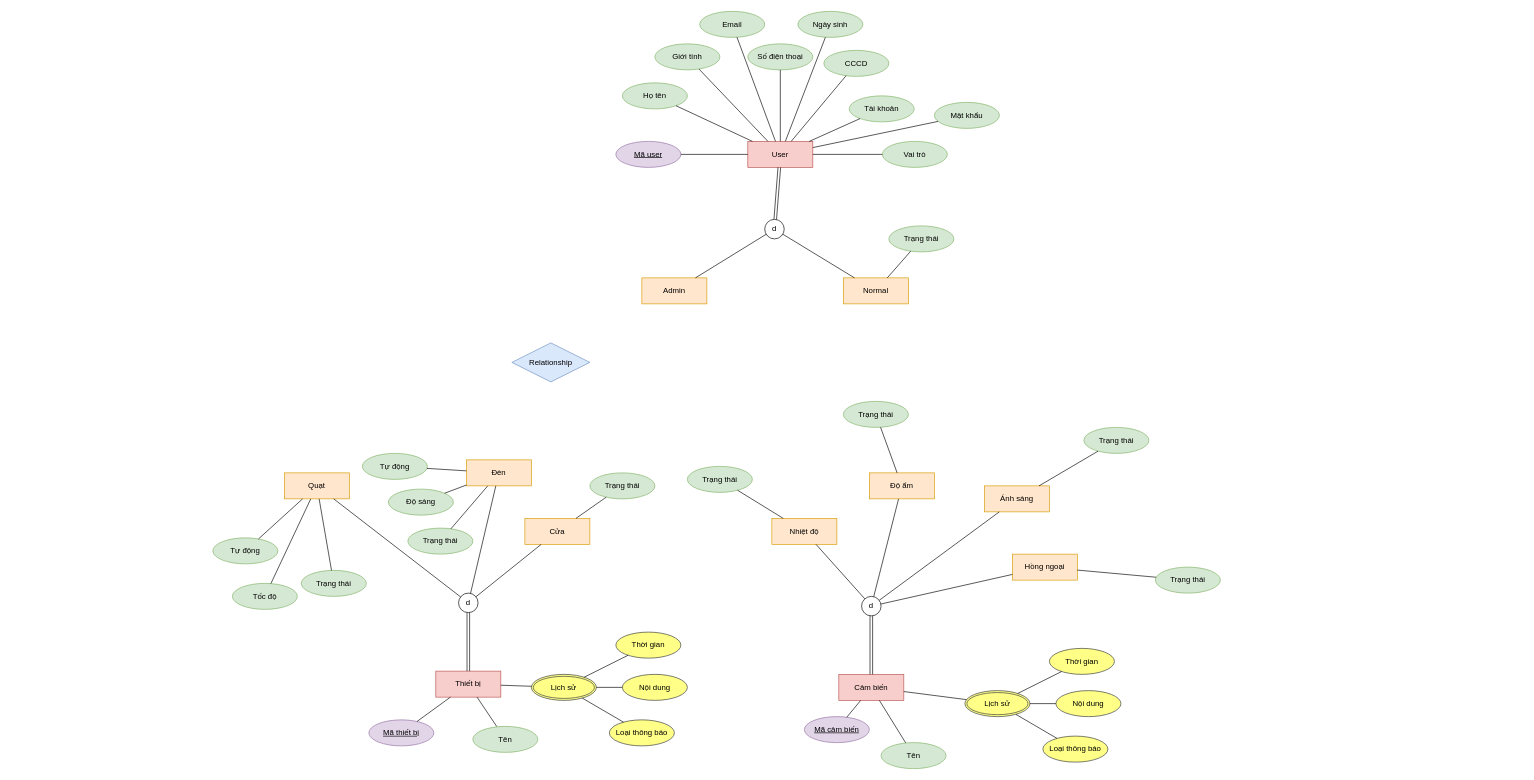
astr0tas/Smart-Home-CNPM keeps this draw.io diagram as page "Main" (1 of 2) of Week 3/ERD.drawio. Above is the earlier version. Source tidied: cells renumbered, new cells numbered last; positions are measured from the earlier drawing's top-left corner, leaving out a move shared by most shapes. Both pictures are drawn from the tidied source at 65%, with x=0, y=0 at pixel (213, 11).
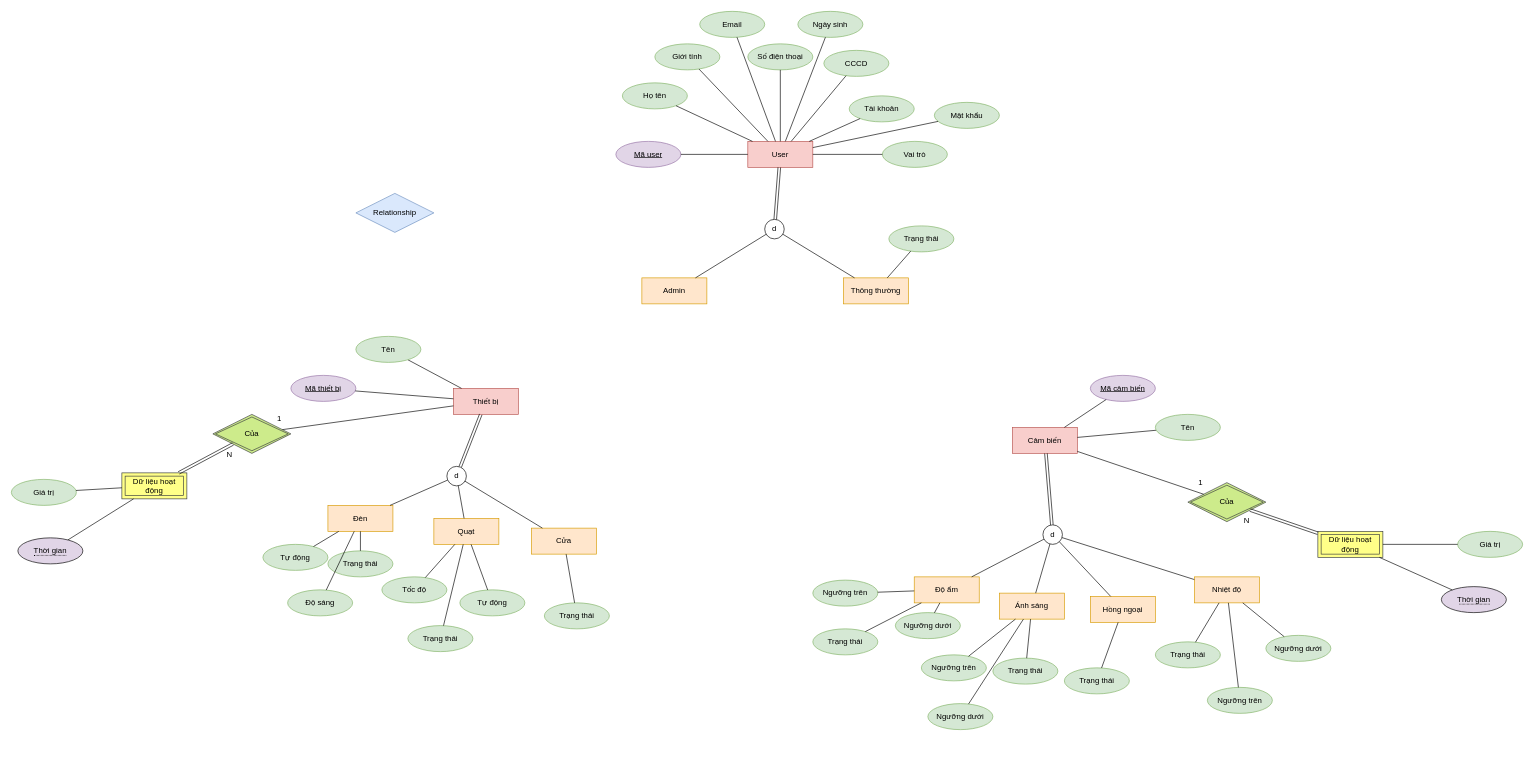
The same diagram, later.

Diff of the diagram source:
```diff
@@
-    <mxCell id="4" value="Normal" style="whiteSpace=wrap;html=1;align=center;fillColor=#ffe6cc;strokeColor=#d79b00;" parent="1" vertex="1">
+    <mxCell id="4" value="Thông thường" style="whiteSpace=wrap;html=1;align=center;fillColor=#ffe6cc;strokeColor=#d79b00;" parent="1" vertex="1">
       <mxGeometry x="970" y="410" width="100" height="40" as="geometry" />
     </mxCell>
@@
     <mxCell id="9" value="Thiết bị" style="whiteSpace=wrap;html=1;align=center;fillColor=#f8cecc;strokeColor=#b85450;" parent="1" vertex="1">
-      <mxGeometry x="343" y="1015" width="100" height="40" as="geometry" />
+      <mxGeometry x="370" y="580" width="100" height="40" as="geometry" />
     </mxCell>
     <mxCell id="10" value="Quạt" style="whiteSpace=wrap;html=1;align=center;fillColor=#ffe6cc;strokeColor=#d79b00;" parent="1" vertex="1">
-      <mxGeometry x="110" y="710" width="100" height="40" as="geometry" />
+      <mxGeometry x="340" y="780" width="100" height="40" as="geometry" />
     </mxCell>
     <mxCell id="11" value="Đèn" style="whiteSpace=wrap;html=1;align=center;fillColor=#ffe6cc;strokeColor=#d79b00;" parent="1" vertex="1">
-      <mxGeometry x="390" y="690" width="100" height="40" as="geometry" />
+      <mxGeometry x="177" y="760" width="100" height="40" as="geometry" />
     </mxCell>
     <mxCell id="12" value="d" style="ellipse;whiteSpace=wrap;html=1;" parent="1" vertex="1">
-      <mxGeometry x="378" y="895" width="30" height="30" as="geometry" />
+      <mxGeometry x="360" y="700" width="30" height="30" as="geometry" />
     </mxCell>
@@
     <mxCell id="16" value="Cảm biến" style="whiteSpace=wrap;html=1;align=center;fillColor=#f8cecc;strokeColor=#b85450;" parent="1" vertex="1">
-      <mxGeometry x="963" y="1020" width="100" height="40" as="geometry" />
+      <mxGeometry x="1230" y="640" width="100" height="40" as="geometry" />
     </mxCell>
     <mxCell id="17" value="Nhiệt độ" style="whiteSpace=wrap;html=1;align=center;fillColor=#ffe6cc;strokeColor=#d79b00;" parent="1" vertex="1">
-      <mxGeometry x="860" y="780" width="100" height="40" as="geometry" />
+      <mxGeometry x="1510" y="870" width="100" height="40" as="geometry" />
     </mxCell>
     <mxCell id="18" value="Hồng ngoại" style="whiteSpace=wrap;html=1;align=center;fillColor=#ffe6cc;strokeColor=#d79b00;" parent="1" vertex="1">
-      <mxGeometry x="1230" y="835" width="100" height="40" as="geometry" />
+      <mxGeometry x="1350" y="900" width="100" height="40" as="geometry" />
     </mxCell>
     <mxCell id="19" value="d" style="ellipse;whiteSpace=wrap;html=1;" parent="1" vertex="1">
-      <mxGeometry x="998" y="900" width="30" height="30" as="geometry" />
+      <mxGeometry x="1277" y="790" width="30" height="30" as="geometry" />
     </mxCell>
@@
     <mxCell id="23" value="Cửa" style="whiteSpace=wrap;html=1;align=center;fillColor=#ffe6cc;strokeColor=#d79b00;" parent="1" vertex="1">
-      <mxGeometry x="480" y="780" width="100" height="40" as="geometry" />
+      <mxGeometry x="490" y="795" width="100" height="40" as="geometry" />
     </mxCell>
@@
     <mxCell id="25" value="Độ ẩm" style="whiteSpace=wrap;html=1;align=center;fillColor=#ffe6cc;strokeColor=#d79b00;" parent="1" vertex="1">
-      <mxGeometry x="1010" y="710" width="100" height="40" as="geometry" />
+      <mxGeometry x="1079" y="870" width="100" height="40" as="geometry" />
     </mxCell>
     <mxCell id="26" value="Ánh sáng" style="whiteSpace=wrap;html=1;align=center;fillColor=#ffe6cc;strokeColor=#d79b00;" parent="1" vertex="1">
-      <mxGeometry x="1187" y="730" width="100" height="40" as="geometry" />
+      <mxGeometry x="1210" y="895" width="100" height="40" as="geometry" />
     </mxCell>
@@
     <mxCell id="29" value="Relationship" style="shape=rhombus;perimeter=rhombusPerimeter;whiteSpace=wrap;html=1;align=center;fillColor=#dae8fc;strokeColor=#6c8ebf;" parent="1" vertex="1">
-      <mxGeometry x="460" y="510" width="120" height="60" as="geometry" />
+      <mxGeometry x="220" y="280" width="120" height="60" as="geometry" />
     </mxCell>
@@
-    <mxCell id="32" value="Lịch sử" style="ellipse;shape=doubleEllipse;margin=3;whiteSpace=wrap;html=1;align=center;fillColor=#FFFF88;strokeColor=#36393d;" parent="1" vertex="1">
-      <mxGeometry x="490" y="1020" width="100" height="40" as="geometry" />
-    </mxCell>
@@
     <mxCell id="53" value="Mã thiết bị" style="ellipse;whiteSpace=wrap;html=1;align=center;fontStyle=4;fillColor=#e1d5e7;strokeColor=#9673a6;" parent="1" vertex="1">
-      <mxGeometry x="240" y="1090" width="100" height="40" as="geometry" />
+      <mxGeometry x="120" y="560" width="100" height="40" as="geometry" />
     </mxCell>
-    <mxCell id="54" value="Mã cảm biến" style="ellipse;whiteSpace=wrap;html=1;align=center;fontStyle=4;fillColor=#e1d5e7;strokeColor=#9673a6;" parent="1" vertex="1">
-      <mxGeometry x="910" y="1085" width="100" height="40" as="geometry" />
+    <mxCell id="54" value="Mã cảm biến" style="ellipse;whiteSpace=wrap;html=1;align=center;fontStyle=4;fillColor=#E1D5E7;strokeColor=#9673a6;" parent="1" vertex="1">
+      <mxGeometry x="1350" y="560" width="100" height="40" as="geometry" />
     </mxCell>
@@
     <mxCell id="58" value="Tên" style="ellipse;whiteSpace=wrap;html=1;align=center;fillColor=#d5e8d4;strokeColor=#82b366;" parent="1" vertex="1">
-      <mxGeometry x="400" y="1100" width="100" height="40" as="geometry" />
+      <mxGeometry x="220" y="500" width="100" height="40" as="geometry" />
     </mxCell>
@@
     <mxCell id="60" value="Tên" style="ellipse;whiteSpace=wrap;html=1;align=center;fillColor=#d5e8d4;strokeColor=#82b366;" parent="1" vertex="1">
-      <mxGeometry x="1028" y="1125" width="100" height="40" as="geometry" />
+      <mxGeometry x="1450" y="620" width="100" height="40" as="geometry" />
     </mxCell>
     <mxCell id="61" value="Tự động" style="ellipse;whiteSpace=wrap;html=1;align=center;fillColor=#d5e8d4;strokeColor=#82b366;" parent="1" vertex="1">
-      <mxGeometry y="810" width="100" height="40" as="geometry" />
+      <mxGeometry x="380" y="890" width="100" height="40" as="geometry" />
     </mxCell>
     <mxCell id="62" value="Tự động" style="ellipse;whiteSpace=wrap;html=1;align=center;fillColor=#d5e8d4;strokeColor=#82b366;" parent="1" vertex="1">
-      <mxGeometry x="230" y="680" width="100" height="40" as="geometry" />
+      <mxGeometry x="77" y="820" width="100" height="40" as="geometry" />
     </mxCell>
     <mxCell id="63" value="Tốc độ" style="ellipse;whiteSpace=wrap;html=1;align=center;fillColor=#d5e8d4;strokeColor=#82b366;" parent="1" vertex="1">
-      <mxGeometry x="30" y="880" width="100" height="40" as="geometry" />
+      <mxGeometry x="260" y="870" width="100" height="40" as="geometry" />
     </mxCell>
     <mxCell id="64" value="Độ sáng" style="ellipse;whiteSpace=wrap;html=1;align=center;fillColor=#d5e8d4;strokeColor=#82b366;" parent="1" vertex="1">
-      <mxGeometry x="270" y="735" width="100" height="40" as="geometry" />
+      <mxGeometry x="115" y="890" width="100" height="40" as="geometry" />
     </mxCell>
     <mxCell id="65" value="Trạng thái" style="ellipse;whiteSpace=wrap;html=1;align=center;fillColor=#d5e8d4;strokeColor=#82b366;" parent="1" vertex="1">
-      <mxGeometry x="580" y="710" width="100" height="40" as="geometry" />
+      <mxGeometry x="510" y="910" width="100" height="40" as="geometry" />
     </mxCell>
     <mxCell id="66" value="Trạng thái" style="ellipse;whiteSpace=wrap;html=1;align=center;fillColor=#d5e8d4;strokeColor=#82b366;" parent="1" vertex="1">
-      <mxGeometry x="300" y="795" width="100" height="40" as="geometry" />
+      <mxGeometry x="177" y="830" width="100" height="40" as="geometry" />
     </mxCell>
     <mxCell id="67" value="Trạng thái" style="ellipse;whiteSpace=wrap;html=1;align=center;fillColor=#d5e8d4;strokeColor=#82b366;" parent="1" vertex="1">
-      <mxGeometry x="136" y="860" width="100" height="40" as="geometry" />
+      <mxGeometry x="300" y="945" width="100" height="40" as="geometry" />
     </mxCell>
@@
-    <mxCell id="75" value="Thời gian" style="ellipse;whiteSpace=wrap;html=1;align=center;fillColor=#ffff88;strokeColor=#36393d;" parent="1" vertex="1">
-      <mxGeometry x="620" y="955" width="100" height="40" as="geometry" />
-    </mxCell>
-    <mxCell id="76" value="Nội dung" style="ellipse;whiteSpace=wrap;html=1;align=center;fillColor=#ffff88;strokeColor=#36393d;" parent="1" vertex="1">
-      <mxGeometry x="630" y="1020" width="100" height="40" as="geometry" />
-    </mxCell>
-    <mxCell id="77" style="endArrow=none;html=1;rounded=0;" parent="1" edge="1" source="9" target="32">
-      <mxGeometry relative="1" as="geometry" />
-    </mxCell>
-    <mxCell id="78" style="endArrow=none;html=1;rounded=0;" parent="1" edge="1" source="32" target="75">
-      <mxGeometry relative="1" as="geometry" />
-    </mxCell>
-    <mxCell id="79" style="endArrow=none;html=1;rounded=0;" parent="1" edge="1" source="32" target="76">
-      <mxGeometry relative="1" as="geometry" />
-    </mxCell>
-    <mxCell id="80" value="Loại thông báo" style="ellipse;whiteSpace=wrap;html=1;align=center;fillColor=#ffff88;strokeColor=#36393d;" parent="1" vertex="1">
-      <mxGeometry x="610" y="1090" width="100" height="40" as="geometry" />
-    </mxCell>
-    <mxCell id="81" style="endArrow=none;html=1;rounded=0;" parent="1" edge="1" source="32" target="80">
-      <mxGeometry relative="1" as="geometry" />
-    </mxCell>
-    <mxCell id="82" value="Lịch sử" style="ellipse;shape=doubleEllipse;margin=3;whiteSpace=wrap;html=1;align=center;fillColor=#FFFF88;strokeColor=#36393d;" parent="1" vertex="1">
-      <mxGeometry x="1157" y="1045" width="100" height="40" as="geometry" />
-    </mxCell>
-    <mxCell id="83" value="Thời gian" style="ellipse;whiteSpace=wrap;html=1;align=center;fillColor=#ffff88;strokeColor=#36393d;" parent="1" vertex="1">
-      <mxGeometry x="1287" y="980" width="100" height="40" as="geometry" />
-    </mxCell>
-    <mxCell id="84" value="Nội dung" style="ellipse;whiteSpace=wrap;html=1;align=center;fillColor=#ffff88;strokeColor=#36393d;" parent="1" vertex="1">
-      <mxGeometry x="1297" y="1045" width="100" height="40" as="geometry" />
-    </mxCell>
-    <mxCell id="85" style="endArrow=none;html=1;rounded=0;" parent="1" edge="1" source="16" target="82">
-      <mxGeometry relative="1" as="geometry" />
-    </mxCell>
-    <mxCell id="86" style="endArrow=none;html=1;rounded=0;" parent="1" edge="1" source="82" target="83">
-      <mxGeometry relative="1" as="geometry" />
-    </mxCell>
-    <mxCell id="87" style="endArrow=none;html=1;rounded=0;" parent="1" edge="1" source="82" target="84">
-      <mxGeometry relative="1" as="geometry" />
-    </mxCell>
-    <mxCell id="88" value="Loại thông báo" style="ellipse;whiteSpace=wrap;html=1;align=center;fillColor=#ffff88;strokeColor=#36393d;" parent="1" vertex="1">
-      <mxGeometry x="1277" y="1115" width="100" height="40" as="geometry" />
-    </mxCell>
-    <mxCell id="89" style="endArrow=none;html=1;rounded=0;" parent="1" edge="1" source="82" target="88">
-      <mxGeometry relative="1" as="geometry" />
-    </mxCell>
     <mxCell id="90" value="Trạng thái" style="ellipse;whiteSpace=wrap;html=1;align=center;fillColor=#d5e8d4;strokeColor=#82b366;" parent="1" vertex="1">
-      <mxGeometry x="730" y="700" width="100" height="40" as="geometry" />
+      <mxGeometry x="1450" y="970" width="100" height="40" as="geometry" />
     </mxCell>
     <mxCell id="91" value="Trạng thái" style="ellipse;whiteSpace=wrap;html=1;align=center;fillColor=#d5e8d4;strokeColor=#82b366;" parent="1" vertex="1">
-      <mxGeometry x="970" y="600" width="100" height="40" as="geometry" />
+      <mxGeometry x="923" y="950" width="100" height="40" as="geometry" />
     </mxCell>
     <mxCell id="92" value="Trạng thái" style="ellipse;whiteSpace=wrap;html=1;align=center;fillColor=#d5e8d4;strokeColor=#82b366;" parent="1" vertex="1">
-      <mxGeometry x="1340" y="640" width="100" height="40" as="geometry" />
+      <mxGeometry x="1200" y="995" width="100" height="40" as="geometry" />
     </mxCell>
     <mxCell id="93" value="Trạng thái" style="ellipse;whiteSpace=wrap;html=1;align=center;fillColor=#d5e8d4;strokeColor=#82b366;" parent="1" vertex="1">
-      <mxGeometry x="1450" y="855" width="100" height="40" as="geometry" />
+      <mxGeometry x="1310" y="1010" width="100" height="40" as="geometry" />
     </mxCell>
@@
+    <mxCell id="98" value="Ngưỡng dưới" style="ellipse;whiteSpace=wrap;html=1;align=center;fillColor=#d5e8d4;strokeColor=#82b366;" parent="1" vertex="1">
+      <mxGeometry x="1100" y="1065" width="100" height="40" as="geometry" />
+    </mxCell>
+    <mxCell id="99" value="Ngưỡng trên" style="ellipse;whiteSpace=wrap;html=1;align=center;fillColor=#d5e8d4;strokeColor=#82b366;" parent="1" vertex="1">
+      <mxGeometry x="1090" y="990" width="100" height="40" as="geometry" />
+    </mxCell>
+    <mxCell id="100" value="Ngưỡng dưới" style="ellipse;whiteSpace=wrap;html=1;align=center;fillColor=#d5e8d4;strokeColor=#82b366;" parent="1" vertex="1">
+      <mxGeometry x="1050" y="925" width="100" height="40" as="geometry" />
+    </mxCell>
+    <mxCell id="101" value="Ngưỡng trên" style="ellipse;whiteSpace=wrap;html=1;align=center;fillColor=#d5e8d4;strokeColor=#82b366;" parent="1" vertex="1">
+      <mxGeometry x="923" y="875" width="100" height="40" as="geometry" />
+    </mxCell>
+    <mxCell id="102" value="Ngưỡng dưới" style="ellipse;whiteSpace=wrap;html=1;align=center;fillColor=#d5e8d4;strokeColor=#82b366;" parent="1" vertex="1">
+      <mxGeometry x="1620" y="960" width="100" height="40" as="geometry" />
+    </mxCell>
+    <mxCell id="103" value="Ngưỡng trên" style="ellipse;whiteSpace=wrap;html=1;align=center;fillColor=#d5e8d4;strokeColor=#82b366;" parent="1" vertex="1">
+      <mxGeometry x="1530" y="1040" width="100" height="40" as="geometry" />
+    </mxCell>
+    <mxCell id="104" style="endArrow=none;html=1;rounded=0;" parent="1" edge="1" source="26" target="98">
+      <mxGeometry relative="1" as="geometry" />
+    </mxCell>
+    <mxCell id="105" style="endArrow=none;html=1;rounded=0;" parent="1" edge="1" source="26" target="99">
+      <mxGeometry relative="1" as="geometry" />
+    </mxCell>
+    <mxCell id="106" style="endArrow=none;html=1;rounded=0;" parent="1" edge="1" source="101" target="25">
+      <mxGeometry relative="1" as="geometry" />
+    </mxCell>
+    <mxCell id="107" style="endArrow=none;html=1;rounded=0;" parent="1" edge="1" source="102" target="17">
+      <mxGeometry relative="1" as="geometry" />
+    </mxCell>
+    <mxCell id="108" style="endArrow=none;html=1;rounded=0;" parent="1" edge="1" source="100" target="25">
+      <mxGeometry relative="1" as="geometry" />
+    </mxCell>
+    <mxCell id="109" style="endArrow=none;html=1;rounded=0;" parent="1" edge="1" source="103" target="17">
+      <mxGeometry relative="1" as="geometry" />
+    </mxCell>
+    <mxCell id="110" value="Dữ liệu hoạt động" style="shape=ext;margin=3;double=1;whiteSpace=wrap;html=1;align=center;fillColor=#ffff88;strokeColor=#36393d;" parent="1" vertex="1">
+      <mxGeometry x="1700" y="800" width="100" height="40" as="geometry" />
+    </mxCell>
+    <mxCell id="111" value="&lt;span style=&quot;border-bottom: 1px dotted&quot;&gt;Thời gian&lt;/span&gt;" style="ellipse;whiteSpace=wrap;html=1;align=center;fillColor=#E1D5E7;" parent="1" vertex="1">
+      <mxGeometry x="1890" y="885" width="100" height="40" as="geometry" />
+    </mxCell>
+    <mxCell id="112" style="endArrow=none;html=1;rounded=0;" parent="1" edge="1" source="110" target="111">
+      <mxGeometry relative="1" as="geometry" />
+    </mxCell>
+    <mxCell id="113" value="Của" style="shape=rhombus;double=1;perimeter=rhombusPerimeter;whiteSpace=wrap;html=1;align=center;fillColor=#cdeb8b;strokeColor=#36393d;" parent="1" vertex="1">
+      <mxGeometry x="1500" y="725" width="120" height="60" as="geometry" />
+    </mxCell>
+    <mxCell id="114" style="shape=link;html=1;rounded=0;" parent="1" edge="1" source="110" target="113">
+      <mxGeometry relative="1" as="geometry" />
+    </mxCell>
+    <mxCell id="115" value="N" style="html=1;whiteSpace=wrap;align=right;verticalAlign=bottom;" parent="114" vertex="1">
+      <mxGeometry x="1" relative="1" as="geometry">
+        <mxPoint y="25" as="offset" />
+      </mxGeometry>
+    </mxCell>
+    <mxCell id="116" style="endArrow=none;html=1;rounded=0;" parent="1" edge="1" source="16" target="113">
+      <mxGeometry relative="1" as="geometry" />
+    </mxCell>
+    <mxCell id="117" value="1" style="html=1;whiteSpace=wrap;align=right;verticalAlign=bottom;" parent="116" vertex="1">
+      <mxGeometry x="1" relative="1" as="geometry">
+        <mxPoint y="-10" as="offset" />
+      </mxGeometry>
+    </mxCell>
+    <mxCell id="118" value="Giá trị" style="ellipse;whiteSpace=wrap;html=1;align=center;fillColor=#d5e8d4;strokeColor=#82b366;" parent="1" vertex="1">
+      <mxGeometry x="1915" y="800" width="100" height="40" as="geometry" />
+    </mxCell>
+    <mxCell id="119" style="endArrow=none;html=1;rounded=0;" parent="1" edge="1" source="110" target="118">
+      <mxGeometry relative="1" as="geometry" />
+    </mxCell>
+    <mxCell id="120" value="Dữ liệu hoạt động" style="shape=ext;margin=3;double=1;whiteSpace=wrap;html=1;align=center;fillColor=#ffff88;strokeColor=#36393d;" parent="1" vertex="1">
+      <mxGeometry x="-140" y="710" width="100" height="40" as="geometry" />
+    </mxCell>
+    <mxCell id="121" value="&lt;span style=&quot;border-bottom: 1px dotted&quot;&gt;Thời gian&lt;/span&gt;" style="ellipse;whiteSpace=wrap;html=1;align=center;fillColor=#E1D5E7;" parent="1" vertex="1">
+      <mxGeometry x="-300" y="810" width="100" height="40" as="geometry" />
+    </mxCell>
+    <mxCell id="122" style="endArrow=none;html=1;rounded=0;" parent="1" edge="1" source="120" target="121">
+      <mxGeometry relative="1" as="geometry" />
+    </mxCell>
+    <mxCell id="123" value="Của" style="shape=rhombus;double=1;perimeter=rhombusPerimeter;whiteSpace=wrap;html=1;align=center;fillColor=#cdeb8b;strokeColor=#36393d;" parent="1" vertex="1">
+      <mxGeometry y="620" width="120" height="60" as="geometry" />
+    </mxCell>
+    <mxCell id="124" style="shape=link;html=1;rounded=0;" parent="1" edge="1" source="120" target="123">
+      <mxGeometry relative="1" as="geometry" />
+    </mxCell>
+    <mxCell id="125" value="N" style="html=1;whiteSpace=wrap;align=right;verticalAlign=bottom;" parent="124" vertex="1">
+      <mxGeometry x="1" relative="1" as="geometry">
+        <mxPoint y="25" as="offset" />
+      </mxGeometry>
+    </mxCell>
+    <mxCell id="126" style="endArrow=none;html=1;rounded=0;" parent="1" edge="1" source="9" target="123">
+      <mxGeometry relative="1" as="geometry" />
+    </mxCell>
+    <mxCell id="127" value="1" style="html=1;whiteSpace=wrap;align=right;verticalAlign=bottom;" parent="126" vertex="1">
+      <mxGeometry x="1" relative="1" as="geometry">
+        <mxPoint y="-10" as="offset" />
+      </mxGeometry>
+    </mxCell>
+    <mxCell id="128" value="Giá trị" style="ellipse;whiteSpace=wrap;html=1;align=center;fillColor=#d5e8d4;strokeColor=#82b366;" parent="1" vertex="1">
+      <mxGeometry x="-310" y="720" width="100" height="40" as="geometry" />
+    </mxCell>
+    <mxCell id="129" style="endArrow=none;html=1;rounded=0;" parent="1" edge="1" source="120" target="128">
+      <mxGeometry relative="1" as="geometry" />
+    </mxCell>
```
